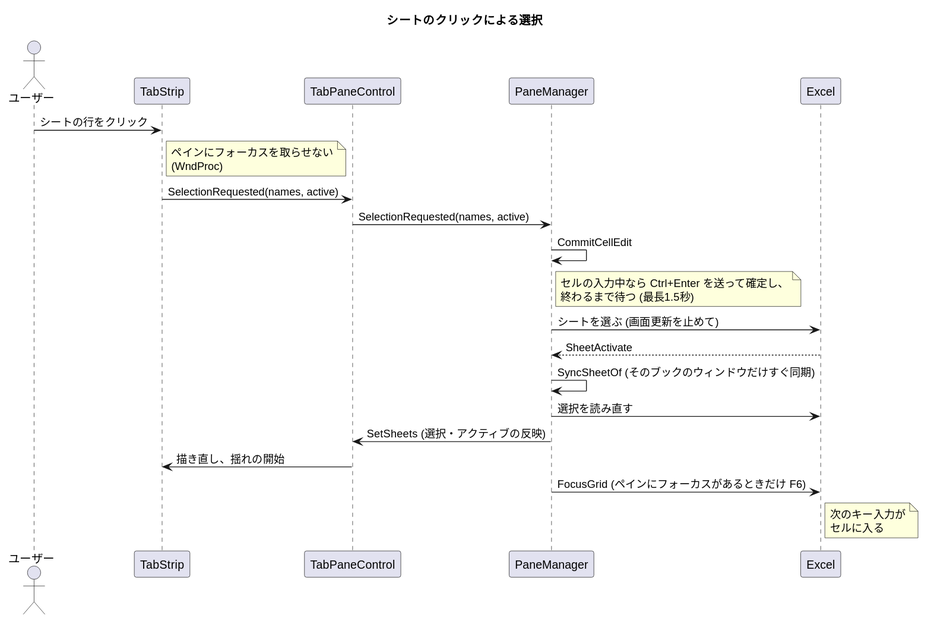
The PlantUML diagram docs/sequence-select.svg in nk-taka623/VerticalSheetTabs, before a commit.
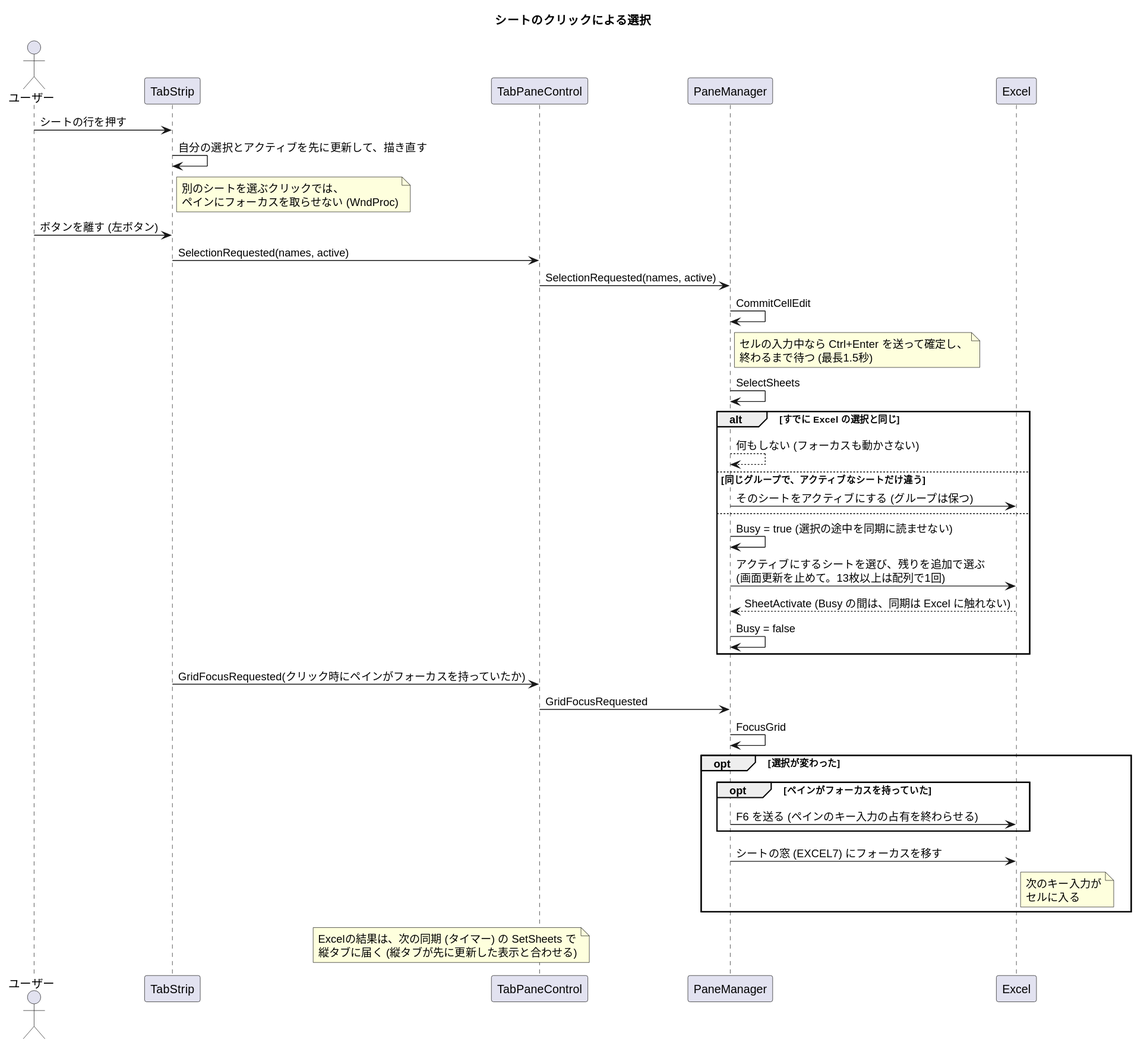
Above is the later version.

Diff of the diagram source:
```diff
@@ -9,18 +9,34 @@
 participant "PaneManager" as P
 participant "Excel" as XL
 
-U -> S : シートの行をクリック
-note right of S : ペインにフォーカスを取らせない\n(WndProc)
+U -> S : シートの行を押す
+S -> S : 自分の選択とアクティブを先に更新して、描き直す
+note right of S : 別のシートを選ぶクリックでは、\nペインにフォーカスを取らせない (WndProc)
+U -> S : ボタンを離す (左ボタン)
 S -> C : SelectionRequested(names, active)
 C -> P : SelectionRequested(names, active)
 P -> P : CommitCellEdit
 note right of P : セルの入力中なら Ctrl+Enter を送って確定し、\n終わるまで待つ (最長1.5秒)
-P -> XL : シートを選ぶ (画面更新を止めて)
-XL --> P : SheetActivate
-P -> P : SyncSheetOf (そのブックのウィンドウだけすぐ同期)
-P -> XL : 選択を読み直す
-P -> C : SetSheets (選択・アクティブの反映)
-C -> S : 描き直し、揺れの開始
-P -> XL : FocusGrid (ペインにフォーカスがあるときだけ F6)
-note right of XL : 次のキー入力が\nセルに入る
+P -> P : SelectSheets
+alt すでに Excel の選択と同じ
+  P --> P : 何もしない (フォーカスも動かさない)
+else 同じグループで、アクティブなシートだけ違う
+  P -> XL : そのシートをアクティブにする (グループは保つ)
+else
+  P -> P : Busy = true (選択の途中を同期に読ませない)
+  P -> XL : アクティブにするシートを選び、残りを追加で選ぶ\n(画面更新を止めて。13枚以上は配列で1回)
+  XL --> P : SheetActivate (Busy の間は、同期は Excel に触れない)
+  P -> P : Busy = false
+end
+S -> C : GridFocusRequested(クリック時にペインがフォーカスを持っていたか)
+C -> P : GridFocusRequested
+P -> P : FocusGrid
+opt 選択が変わった
+  opt ペインがフォーカスを持っていた
+    P -> XL : F6 を送る (ペインのキー入力の占有を終わらせる)
+  end
+  P -> XL : シートの窓 (EXCEL7) にフォーカスを移す
+  note right of XL : 次のキー入力が\nセルに入る
+end
+note over P, S : Excelの結果は、次の同期 (タイマー) の SetSheets で\n縦タブに届く (縦タブが先に更新した表示と合わせる)
 @enduml
```
